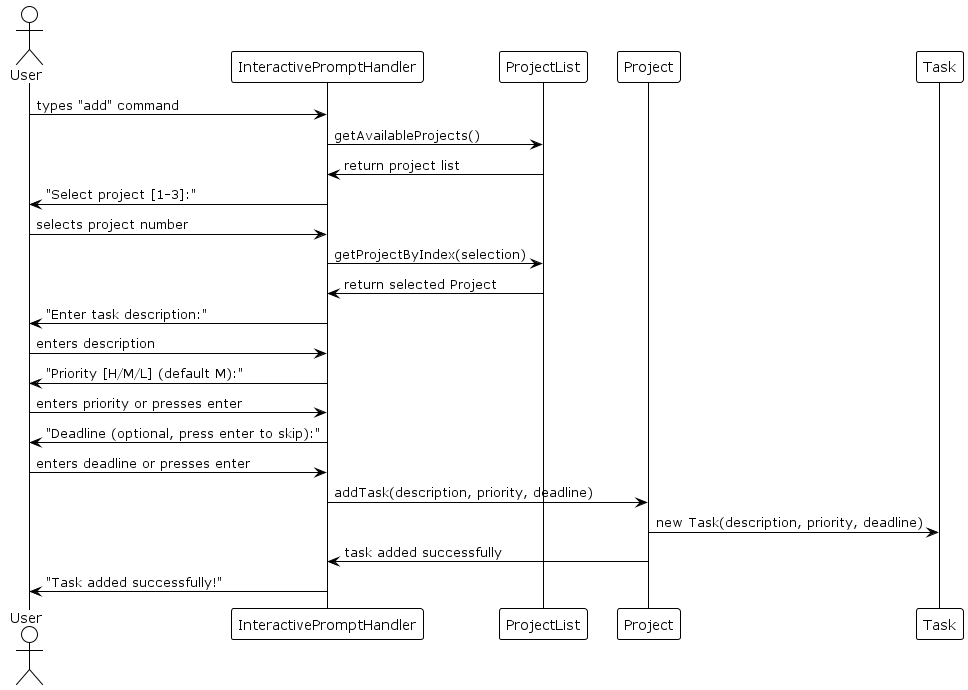
sean6369/tp keeps this PlantUML diagram as docs/plantUML/add-command-sequence/Add Command Sequence Diagram.png. Above is the earlier version.
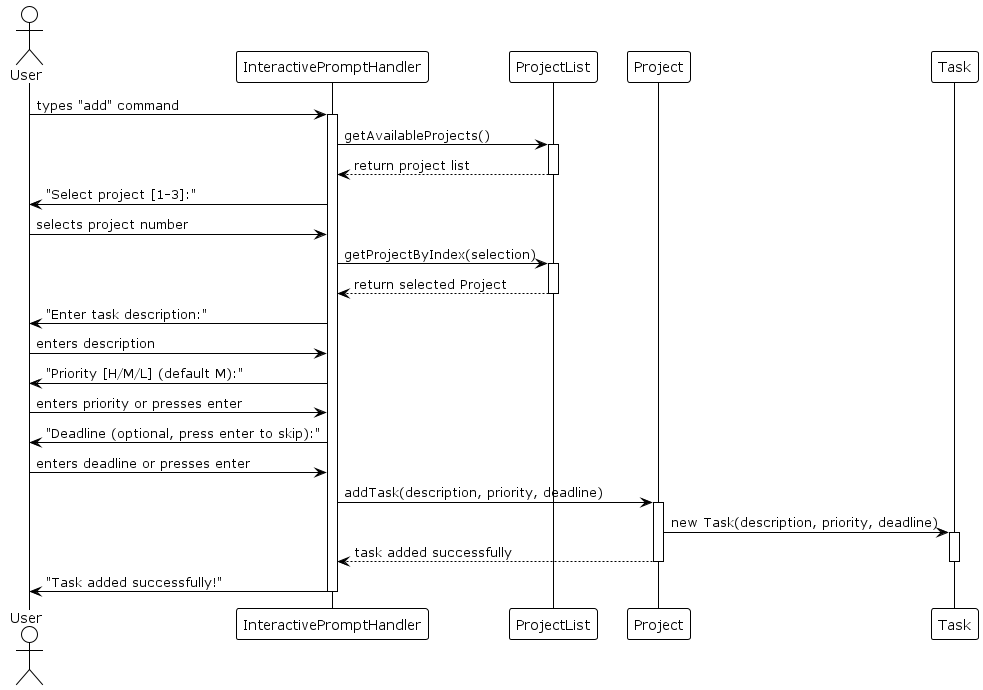
Later version of the same file.

Commit message:
Update all sequence diagrams to follow proper UML standards

The edit, as a diff of the source:
```diff
@@ -10,13 +10,18 @@
 participant Task
 
 User -> InteractivePromptHandler: types "add" command
+activate InteractivePromptHandler
 InteractivePromptHandler -> ProjectList: getAvailableProjects()
-ProjectList -> InteractivePromptHandler: return project list
+activate ProjectList
+ProjectList --> InteractivePromptHandler: return project list
+deactivate ProjectList
 InteractivePromptHandler -> User: "Select project [1-3]:"
 
 User -> InteractivePromptHandler: selects project number
 InteractivePromptHandler -> ProjectList: getProjectByIndex(selection)
-ProjectList -> InteractivePromptHandler: return selected Project
+activate ProjectList
+ProjectList --> InteractivePromptHandler: return selected Project
+deactivate ProjectList
 
 InteractivePromptHandler -> User: "Enter task description:"
 User -> InteractivePromptHandler: enters description
@@ -28,9 +33,14 @@
 User -> InteractivePromptHandler: enters deadline or presses enter
 
 InteractivePromptHandler -> Project: addTask(description, priority, deadline)
+activate Project
 Project -> Task: new Task(description, priority, deadline)
-Project -> InteractivePromptHandler: task added successfully
+activate Task
+Project --> InteractivePromptHandler: task added successfully
+deactivate Project
+deactivate Task
 
 InteractivePromptHandler -> User: "Task added successfully!"
+deactivate InteractivePromptHandler
 
 @enduml
```
